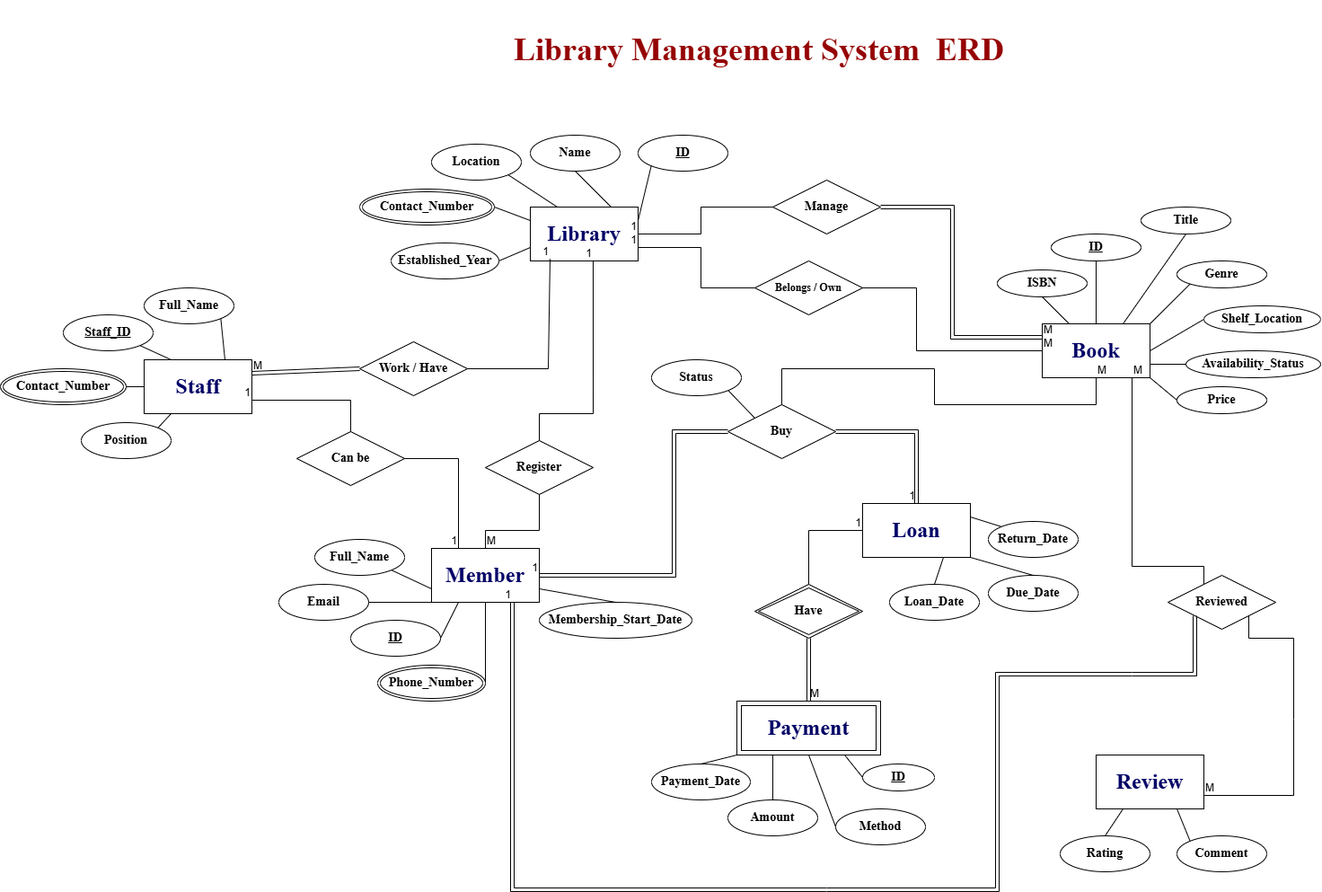
Before: image/LibraryManagmenetSystemERD.png, a diagram exported from draw.io (rahmaAlmamari/LibraryManagementSystemDB-_ProjectPart1). Source tidied: cells renumbered, new cells last; positions are measured from the earlier drawing's top-left corner, leaving out a move shared by most shapes.
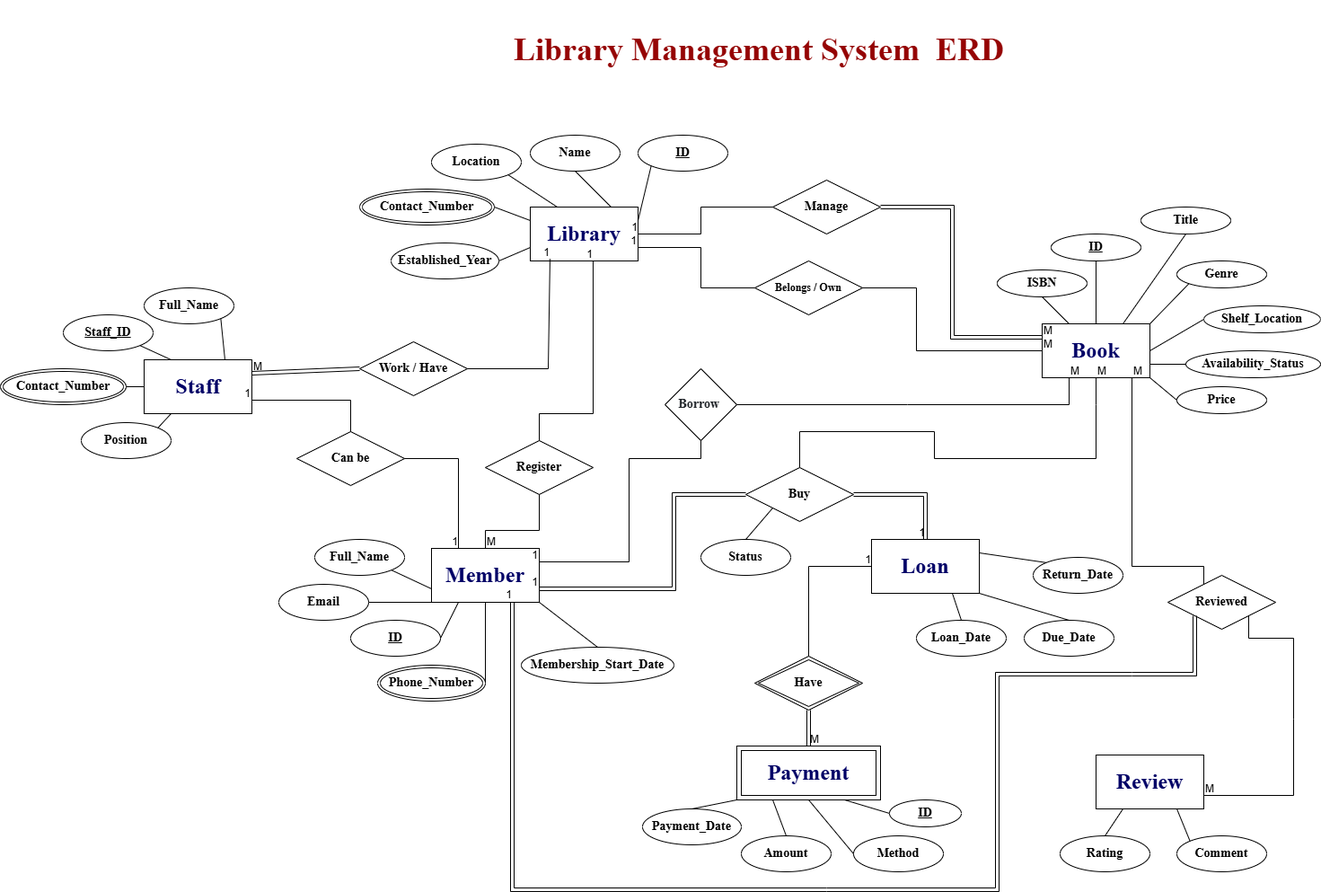
Above is the later version.

Commit message:
modefiy ERD to add borrow relationship between member and book entities

What changed in the source:
```diff
@@ -15,7 +15,7 @@
       <mxGeometry x="1220" y="840" width="120" height="60" as="geometry" />
     </mxCell>
     <mxCell id="6" value="&lt;font style=&quot;color: rgb(0, 0, 102); font-size: 24px;&quot; face=&quot;Times New Roman&quot;&gt;&lt;b style=&quot;&quot;&gt;Loan&lt;/b&gt;&lt;/font&gt;" style="rounded=0;whiteSpace=wrap;html=1;" parent="1" vertex="1">
-      <mxGeometry x="960" y="560" width="120" height="60" as="geometry" />
+      <mxGeometry x="970" y="600" width="120" height="60" as="geometry" />
     </mxCell>
     <mxCell id="7" value="&lt;font face=&quot;Times New Roman&quot; style=&quot;color: rgb(0, 0, 102); font-size: 24px;&quot;&gt;&lt;b style=&quot;&quot;&gt;Library&lt;/b&gt;&lt;/font&gt;" style="rounded=0;whiteSpace=wrap;html=1;" parent="1" vertex="1">
       <mxGeometry x="590" y="230" width="120" height="60" as="geometry" />
@@ -63,7 +63,7 @@
       <mxGeometry x="310" y="650" width="100" height="40" as="geometry" />
     </mxCell>
     <mxCell id="22" value="&lt;font style=&quot;font-size: 14px;&quot; face=&quot;Times New Roman&quot;&gt;&lt;b&gt;Membership_Start_Date&lt;/b&gt;&lt;/font&gt;" style="ellipse;whiteSpace=wrap;html=1;align=center;" parent="1" vertex="1">
-      <mxGeometry x="600" y="670" width="170" height="40" as="geometry" />
+      <mxGeometry x="580" y="720" width="170" height="40" as="geometry" />
     </mxCell>
     <mxCell id="23" style="endArrow=none;html=1;rounded=0;exitX=1;exitY=0.5;exitDx=0;exitDy=0;entryX=0;entryY=1;entryDx=0;entryDy=0;" parent="1" edge="1" source="21" target="4">
       <mxGeometry relative="1" as="geometry" />
@@ -77,7 +77,7 @@
     <mxCell id="26" style="endArrow=none;html=1;rounded=0;exitX=1;exitY=0.5;exitDx=0;exitDy=0;entryX=0.5;entryY=1;entryDx=0;entryDy=0;" parent="1" edge="1" source="19" target="4">
       <mxGeometry relative="1" as="geometry" />
     </mxCell>
-    <mxCell id="27" style="endArrow=none;html=1;rounded=0;entryX=0.5;entryY=0;entryDx=0;entryDy=0;exitX=1;exitY=0.75;exitDx=0;exitDy=0;" parent="1" edge="1" source="4" target="22">
+    <mxCell id="27" style="endArrow=none;html=1;rounded=0;entryX=0.5;entryY=0;entryDx=0;entryDy=0;exitX=1;exitY=1;exitDx=0;exitDy=0;" parent="1" edge="1" source="4" target="22">
       <mxGeometry relative="1" as="geometry" />
     </mxCell>
     <mxCell id="28" value="&lt;font style=&quot;font-size: 14px;&quot; face=&quot;Times New Roman&quot;&gt;&lt;b&gt;ID&lt;/b&gt;&lt;/font&gt;" style="ellipse;whiteSpace=wrap;html=1;align=center;fontStyle=4;" parent="1" vertex="1">
@@ -123,7 +123,7 @@
       <mxGeometry relative="1" as="geometry" />
     </mxCell>
     <mxCell id="42" value="&lt;b style=&quot;color: rgb(0, 0, 102); font-family: &amp;quot;Times New Roman&amp;quot;; font-size: 24px;&quot;&gt;Payment&lt;/b&gt;" style="shape=ext;margin=3;double=1;whiteSpace=wrap;html=1;align=center;" parent="1" vertex="1">
-      <mxGeometry x="820" y="780" width="160" height="60" as="geometry" />
+      <mxGeometry x="820" y="830" width="160" height="60" as="geometry" />
     </mxCell>
     <mxCell id="43" value="&lt;font style=&quot;font-size: 14px;&quot; face=&quot;Times New Roman&quot;&gt;&lt;b&gt;Staff_ID&lt;/b&gt;&lt;/font&gt;" style="ellipse;whiteSpace=wrap;html=1;align=center;fontStyle=4;" parent="1" vertex="1">
       <mxGeometry x="70" y="350" width="100" height="40" as="geometry" />
@@ -150,13 +150,13 @@
       <mxGeometry relative="1" as="geometry" />
     </mxCell>
     <mxCell id="51" value="&lt;font style=&quot;font-size: 14px;&quot; face=&quot;Times New Roman&quot;&gt;&lt;b&gt;Loan_Date&lt;/b&gt;&lt;/font&gt;" style="ellipse;whiteSpace=wrap;html=1;align=center;" parent="1" vertex="1">
-      <mxGeometry x="990" y="650" width="100" height="40" as="geometry" />
+      <mxGeometry x="1020" y="690" width="100" height="40" as="geometry" />
     </mxCell>
     <mxCell id="52" value="&lt;font style=&quot;font-size: 14px;&quot; face=&quot;Times New Roman&quot;&gt;&lt;b&gt;Due_Date&lt;/b&gt;&lt;/font&gt;" style="ellipse;whiteSpace=wrap;html=1;align=center;" parent="1" vertex="1">
-      <mxGeometry x="1100" y="640" width="100" height="40" as="geometry" />
+      <mxGeometry x="1140" y="690" width="100" height="40" as="geometry" />
     </mxCell>
     <mxCell id="53" value="&lt;font style=&quot;font-size: 14px;&quot; face=&quot;Times New Roman&quot;&gt;&lt;b&gt;Return_Date&lt;/b&gt;&lt;/font&gt;" style="ellipse;whiteSpace=wrap;html=1;align=center;" parent="1" vertex="1">
-      <mxGeometry x="1100" y="580" width="100" height="40" as="geometry" />
+      <mxGeometry x="1150" y="620" width="100" height="40" as="geometry" />
     </mxCell>
     <mxCell id="54" style="endArrow=none;html=1;rounded=0;entryX=0.5;entryY=0;entryDx=0;entryDy=0;exitX=0.75;exitY=1;exitDx=0;exitDy=0;" parent="1" edge="1" source="6" target="51">
       <mxGeometry relative="1" as="geometry" />
@@ -168,16 +168,16 @@
       <mxGeometry relative="1" as="geometry" />
     </mxCell>
     <mxCell id="57" value="&lt;font style=&quot;font-size: 14px;&quot; face=&quot;Times New Roman&quot;&gt;&lt;b&gt;Payment_Date&lt;/b&gt;&lt;/font&gt;" style="ellipse;whiteSpace=wrap;html=1;align=center;" parent="1" vertex="1">
-      <mxGeometry x="725" y="850" width="110" height="40" as="geometry" />
+      <mxGeometry x="715" y="900" width="110" height="40" as="geometry" />
     </mxCell>
     <mxCell id="58" value="&lt;font style=&quot;font-size: 14px;&quot; face=&quot;Times New Roman&quot;&gt;&lt;b&gt;Amount&lt;/b&gt;&lt;/font&gt;" style="ellipse;whiteSpace=wrap;html=1;align=center;" parent="1" vertex="1">
-      <mxGeometry x="810" y="890" width="100" height="40" as="geometry" />
+      <mxGeometry x="825" y="930" width="100" height="40" as="geometry" />
     </mxCell>
     <mxCell id="59" value="&lt;font style=&quot;font-size: 14px;&quot; face=&quot;Times New Roman&quot;&gt;&lt;b&gt;Method&lt;/b&gt;&lt;/font&gt;" style="ellipse;whiteSpace=wrap;html=1;align=center;" parent="1" vertex="1">
-      <mxGeometry x="930" y="900" width="100" height="40" as="geometry" />
+      <mxGeometry x="950" y="930" width="100" height="40" as="geometry" />
     </mxCell>
     <mxCell id="60" value="&lt;font style=&quot;font-size: 14px;&quot; face=&quot;Times New Roman&quot;&gt;&lt;b&gt;ID&lt;/b&gt;&lt;/font&gt;" style="ellipse;whiteSpace=wrap;html=1;align=center;fontStyle=4;" parent="1" vertex="1">
-      <mxGeometry x="960" y="850" width="80" height="30" as="geometry" />
+      <mxGeometry x="990" y="890" width="80" height="30" as="geometry" />
     </mxCell>
     <mxCell id="61" style="endArrow=none;html=1;rounded=0;exitX=0.5;exitY=0;exitDx=0;exitDy=0;entryX=0;entryY=1;entryDx=0;entryDy=0;" parent="1" edge="1" source="57" target="42">
       <mxGeometry relative="1" as="geometry" />
@@ -333,7 +333,7 @@
       <mxGeometry x="1" relative="1" as="geometry" />
     </mxCell>
     <mxCell id="98" value="&lt;font style=&quot;font-size: 14px;&quot; face=&quot;Times New Roman&quot;&gt;&lt;b&gt;Have&lt;/b&gt;&lt;/font&gt;" style="shape=rhombus;double=1;perimeter=rhombusPerimeter;whiteSpace=wrap;html=1;align=center;" parent="1" vertex="1">
-      <mxGeometry x="840" y="650" width="120" height="60" as="geometry" />
+      <mxGeometry x="840" y="730" width="120" height="60" as="geometry" />
     </mxCell>
     <mxCell id="99" style="shape=link;html=1;rounded=0;exitX=0.5;exitY=0;exitDx=0;exitDy=0;entryX=0.5;entryY=1;entryDx=0;entryDy=0;" parent="1" edge="1" source="42" target="98">
       <mxGeometry relative="1" as="geometry" />
@@ -349,7 +349,7 @@
     <mxCell id="102" style="endArrow=none;html=1;rounded=0;entryX=0;entryY=0.5;entryDx=0;entryDy=0;exitX=0.5;exitY=0;exitDx=0;exitDy=0;" parent="1" edge="1" source="98" target="6">
       <mxGeometry relative="1" as="geometry">
         <Array as="points">
-          <mxPoint x="900" y="590" />
+          <mxPoint x="900" y="630" />
         </Array>
       </mxGeometry>
     </mxCell>
@@ -357,15 +357,16 @@
       <mxGeometry x="1" relative="1" as="geometry" />
     </mxCell>
     <mxCell id="104" value="&lt;font style=&quot;font-size: 14px;&quot; face=&quot;Times New Roman&quot;&gt;&lt;b&gt;Buy&lt;/b&gt;&lt;/font&gt;" style="shape=rhombus;perimeter=rhombusPerimeter;whiteSpace=wrap;html=1;align=center;" parent="1" vertex="1">
-      <mxGeometry x="810" y="450" width="120" height="60" as="geometry" />
+      <mxGeometry x="830" y="520" width="120" height="60" as="geometry" />
     </mxCell>
     <mxCell id="105" style="endArrow=none;html=1;rounded=0;exitX=0.5;exitY=1;exitDx=0;exitDy=0;entryX=0.5;entryY=0;entryDx=0;entryDy=0;" parent="1" edge="1" source="3" target="104">
       <mxGeometry relative="1" as="geometry">
         <Array as="points">
           <mxPoint x="1220" y="450" />
-          <mxPoint x="1040" y="450" />
-          <mxPoint x="1040" y="410" />
-          <mxPoint x="870" y="410" />
+          <mxPoint x="1220" y="510" />
+          <mxPoint x="1040" y="510" />
+          <mxPoint x="1040" y="480" />
+          <mxPoint x="890" y="480" />
         </Array>
       </mxGeometry>
     </mxCell>
@@ -378,18 +379,18 @@
     <mxCell id="108" style="shape=link;html=1;rounded=0;entryX=0.5;entryY=0;entryDx=0;entryDy=0;exitX=1;exitY=0.5;exitDx=0;exitDy=0;" parent="1" edge="1" source="104" target="6">
       <mxGeometry relative="1" as="geometry">
         <Array as="points">
-          <mxPoint x="1020" y="480" />
+          <mxPoint x="1030" y="550" />
         </Array>
       </mxGeometry>
     </mxCell>
     <mxCell id="109" value="1" style="html=1;whiteSpace=wrap;align=right;verticalAlign=bottom;" parent="108" vertex="1">
       <mxGeometry x="1" relative="1" as="geometry" />
     </mxCell>
-    <mxCell id="110" style="shape=link;html=1;rounded=0;entryX=1;entryY=0.5;entryDx=0;entryDy=0;exitX=0;exitY=0.5;exitDx=0;exitDy=0;" parent="1" edge="1" source="104" target="4">
+    <mxCell id="110" style="shape=link;html=1;rounded=0;exitX=0;exitY=0.5;exitDx=0;exitDy=0;entryX=1;entryY=0.75;entryDx=0;entryDy=0;" parent="1" edge="1" source="104" target="4">
       <mxGeometry relative="1" as="geometry">
         <Array as="points">
-          <mxPoint x="750" y="480" />
-          <mxPoint x="750" y="640" />
+          <mxPoint x="750" y="550" />
+          <mxPoint x="750" y="655" />
         </Array>
       </mxGeometry>
     </mxCell>
@@ -397,9 +398,9 @@
       <mxGeometry x="1" relative="1" as="geometry" />
     </mxCell>
     <mxCell id="112" value="&lt;font style=&quot;font-size: 14px;&quot; face=&quot;Times New Roman&quot;&gt;&lt;b&gt;Status&lt;/b&gt;&lt;/font&gt;" style="ellipse;whiteSpace=wrap;html=1;align=center;" parent="1" vertex="1">
-      <mxGeometry x="725" y="400" width="100" height="40" as="geometry" />
+      <mxGeometry x="780" y="600" width="100" height="40" as="geometry" />
     </mxCell>
-    <mxCell id="113" style="endArrow=none;html=1;rounded=0;entryX=1;entryY=1;entryDx=0;entryDy=0;exitX=0;exitY=0;exitDx=0;exitDy=0;" parent="1" edge="1" source="104" target="112">
+    <mxCell id="113" style="endArrow=none;html=1;rounded=0;entryX=0.5;entryY=0;entryDx=0;entryDy=0;exitX=0;exitY=1;exitDx=0;exitDy=0;" parent="1" edge="1" source="104" target="112">
       <mxGeometry relative="1" as="geometry" />
     </mxCell>
     <mxCell id="114" value="&lt;font style=&quot;font-size: 14px;&quot; face=&quot;Times New Roman&quot;&gt;&lt;b&gt;Reviewed&lt;/b&gt;&lt;/font&gt;" style="shape=rhombus;perimeter=rhombusPerimeter;whiteSpace=wrap;html=1;align=center;" parent="1" vertex="1">
@@ -454,5 +455,34 @@
     <mxCell id="123" value="&lt;b style=&quot;font-family: &amp;quot;Times New Roman&amp;quot;; font-size: 14px;&quot;&gt;Contact_Number&lt;/b&gt;" style="ellipse;shape=doubleEllipse;margin=3;whiteSpace=wrap;html=1;align=center;" parent="1" vertex="1">
       <mxGeometry x="400" y="210" width="150" height="40" as="geometry" />
     </mxCell>
+    <mxCell id="124" value="&lt;span style=&quot;color: rgb(31, 35, 40); text-align: start; background-color: rgb(255, 255, 255);&quot;&gt;&lt;font face=&quot;Times New Roman&quot; style=&quot;font-size: 14px;&quot;&gt;&lt;b&gt;Borrow&amp;nbsp;&lt;/b&gt;&lt;/font&gt;&lt;/span&gt;" style="rhombus;whiteSpace=wrap;html=1;" parent="1" vertex="1">
+      <mxGeometry x="740" y="410" width="80" height="80" as="geometry" />
+    </mxCell>
+    <mxCell id="125" style="endArrow=none;html=1;rounded=0;entryX=1;entryY=0.25;entryDx=0;entryDy=0;exitX=0.5;exitY=1;exitDx=0;exitDy=0;" parent="1" edge="1" source="124" target="4">
+      <mxGeometry relative="1" as="geometry">
+        <Array as="points">
+          <mxPoint x="780" y="510" />
+          <mxPoint x="700" y="510" />
+          <mxPoint x="700" y="625" />
+        </Array>
+      </mxGeometry>
+    </mxCell>
+    <mxCell id="126" value="1" style="html=1;whiteSpace=wrap;align=right;verticalAlign=bottom;" parent="125" vertex="1">
+      <mxGeometry x="1" relative="1" as="geometry" />
+    </mxCell>
+    <mxCell id="127" style="endArrow=none;html=1;rounded=0;exitX=0.25;exitY=1;exitDx=0;exitDy=0;entryX=1;entryY=0.5;entryDx=0;entryDy=0;" parent="1" edge="1" source="3" target="124">
+      <mxGeometry relative="1" as="geometry">
+        <Array as="points">
+          <mxPoint x="1190" y="450" />
+          <mxPoint x="1010" y="450" />
+        </Array>
+      </mxGeometry>
+    </mxCell>
+    <mxCell id="128" value="M" style="html=1;whiteSpace=wrap;align=left;verticalAlign=bottom;" parent="127" vertex="1">
+      <mxGeometry x="-1" relative="1" as="geometry" />
+    </mxCell>
+    <mxCell id="129" style="html=1;whiteSpace=wrap;align=right;verticalAlign=bottom;" parent="127" vertex="1">
+      <mxGeometry x="1" relative="1" as="geometry" />
+    </mxCell>
   </root>
 </mxGraphModel>
```
